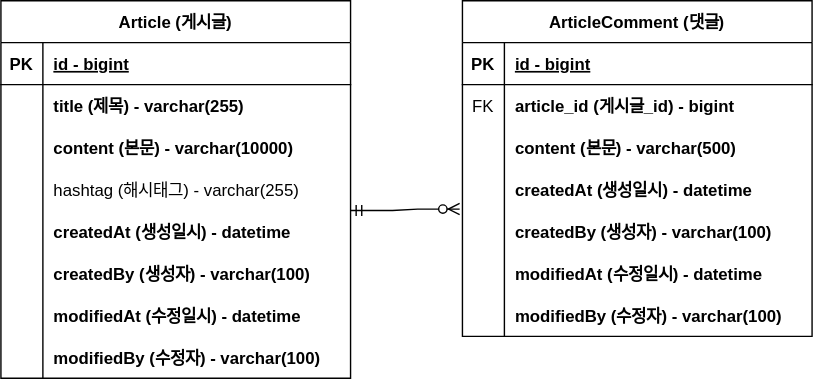
Before: document/board-service-erd.svg, a diagram exported from draw.io (yunh0/board-service). Source tidied: cells renumbered, new cells last; positions are measured from the earlier drawing's top-left corner, leaving out a move shared by most shapes.
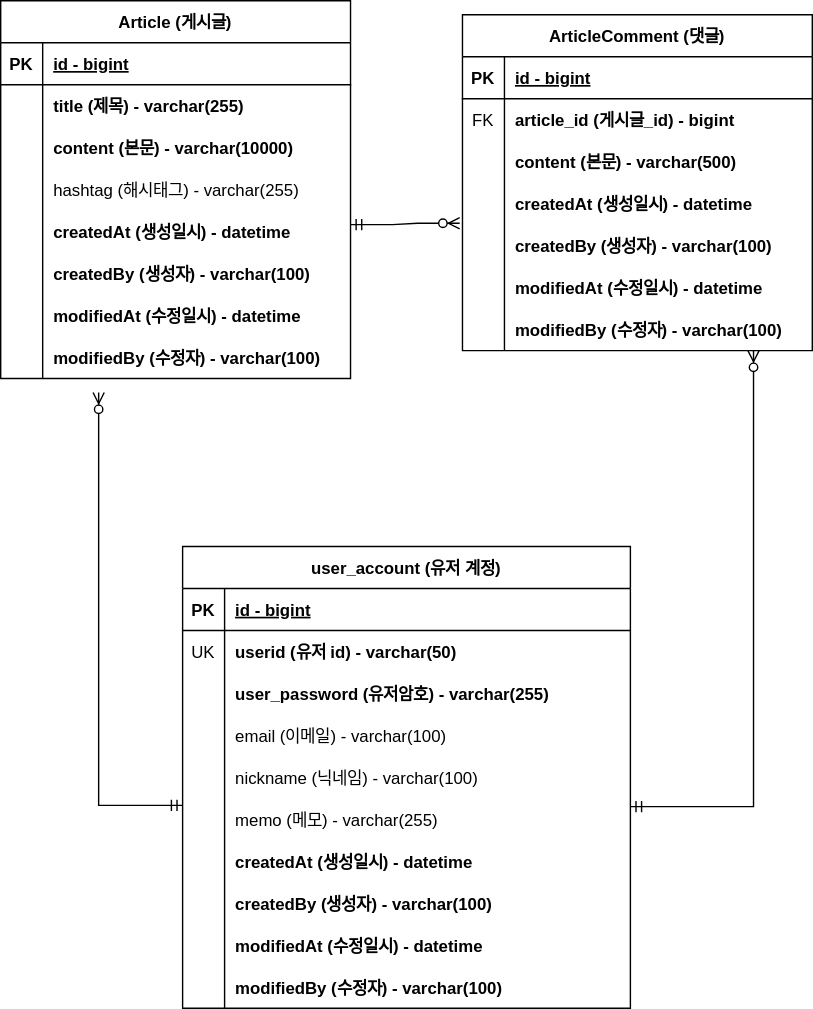
Above is the later version.

Commit message:
#15 - 회원 계정 ERD 반영

Change to the diagram source:
```diff
@@ -69,7 +69,7 @@
       <mxGeometry x="30" width="220" height="30" as="geometry" />
     </mxCell>
     <mxCell id="24" value="Article (게시글)" style="shape=table;startSize=30;rowLines=0;fontStyle=1;align=center;" parent="1" vertex="1">
-      <mxGeometry width="250" height="270" as="geometry" />
+      <mxGeometry y="-10" width="250" height="270" as="geometry" />
     </mxCell>
     <mxCell id="25" style="shape=partialRectangle;fillColor=none;top=0;left=0;right=0;bottom=1;" parent="24" vertex="1">
       <mxGeometry y="30" width="250" height="30" as="geometry" />
@@ -148,5 +148,115 @@
         <mxPoint x="250" y="150" as="sourcePoint" />
       </mxGeometry>
     </mxCell>
+    <mxCell id="50" value="user_account (유저 계정)" style="shape=table;startSize=30;rowLines=0;fontStyle=1;align=center;" parent="1" vertex="1">
+      <mxGeometry x="130" y="380" width="320" height="330" as="geometry" />
+    </mxCell>
+    <mxCell id="51" style="shape=partialRectangle;fillColor=none;top=0;left=0;right=0;bottom=1;" parent="50" vertex="1">
+      <mxGeometry y="30" width="320" height="30" as="geometry" />
+    </mxCell>
+    <mxCell id="52" value="PK" style="shape=partialRectangle;overflow=hidden;fillColor=none;top=0;left=0;bottom=0;right=0;fontStyle=1;" parent="51" vertex="1">
+      <mxGeometry width="30" height="30" as="geometry" />
+    </mxCell>
+    <mxCell id="53" value="id - bigint" style="shape=partialRectangle;overflow=hidden;fillColor=none;top=0;left=0;bottom=0;right=0;align=left;spacingLeft=6;fontStyle=5;" parent="51" vertex="1">
+      <mxGeometry x="30" width="290" height="30" as="geometry" />
+    </mxCell>
+    <mxCell id="54" style="shape=partialRectangle;fillColor=none;top=0;left=0;right=0;bottom=0;" parent="50" vertex="1">
+      <mxGeometry y="60" width="320" height="30" as="geometry" />
+    </mxCell>
+    <mxCell id="55" value="UK" style="shape=partialRectangle;overflow=hidden;fillColor=none;top=0;left=0;bottom=0;right=0;" parent="54" vertex="1">
+      <mxGeometry width="30" height="30" as="geometry" />
+    </mxCell>
+    <mxCell id="56" value="userid (유저 id) - varchar(50)" style="shape=partialRectangle;overflow=hidden;fillColor=none;top=0;left=0;bottom=0;right=0;align=left;spacingLeft=6;fontStyle=1;" parent="54" vertex="1">
+      <mxGeometry x="30" width="290" height="30" as="geometry" />
+    </mxCell>
+    <mxCell id="57" style="shape=partialRectangle;fillColor=none;top=0;left=0;right=0;bottom=0;" parent="50" vertex="1">
+      <mxGeometry y="90" width="320" height="30" as="geometry" />
+    </mxCell>
+    <mxCell id="58" style="shape=partialRectangle;overflow=hidden;fillColor=none;top=0;left=0;bottom=0;right=0;" parent="57" vertex="1">
+      <mxGeometry width="30" height="30" as="geometry" />
+    </mxCell>
+    <mxCell id="59" value="user_password (유저암호) - varchar(255)" style="shape=partialRectangle;overflow=hidden;fillColor=none;top=0;left=0;bottom=0;right=0;align=left;spacingLeft=6;fontStyle=1;" parent="57" vertex="1">
+      <mxGeometry x="30" width="290" height="30" as="geometry" />
+    </mxCell>
+    <mxCell id="60" style="shape=partialRectangle;fillColor=none;top=0;left=0;right=0;bottom=0;" parent="50" vertex="1">
+      <mxGeometry y="120" width="320" height="30" as="geometry" />
+    </mxCell>
+    <mxCell id="61" style="shape=partialRectangle;overflow=hidden;fillColor=none;top=0;left=0;bottom=0;right=0;" parent="60" vertex="1">
+      <mxGeometry width="30" height="30" as="geometry" />
+    </mxCell>
+    <mxCell id="62" value="email (이메일) - varchar(100)" style="shape=partialRectangle;overflow=hidden;fillColor=none;top=0;left=0;bottom=0;right=0;align=left;spacingLeft=6;" parent="60" vertex="1">
+      <mxGeometry x="30" width="290" height="30" as="geometry" />
+    </mxCell>
+    <mxCell id="63" style="shape=partialRectangle;fillColor=none;top=0;left=0;right=0;bottom=0;" parent="50" vertex="1">
+      <mxGeometry y="150" width="320" height="30" as="geometry" />
+    </mxCell>
+    <mxCell id="64" style="shape=partialRectangle;overflow=hidden;fillColor=none;top=0;left=0;bottom=0;right=0;" parent="63" vertex="1">
+      <mxGeometry width="30" height="30" as="geometry" />
+    </mxCell>
+    <mxCell id="65" value="nickname (닉네임) - varchar(100)" style="shape=partialRectangle;overflow=hidden;fillColor=none;top=0;left=0;bottom=0;right=0;align=left;spacingLeft=6;" parent="63" vertex="1">
+      <mxGeometry x="30" width="290" height="30" as="geometry" />
+    </mxCell>
+    <mxCell id="66" style="shape=partialRectangle;fillColor=none;top=0;left=0;right=0;bottom=0;" parent="50" vertex="1">
+      <mxGeometry y="180" width="320" height="30" as="geometry" />
+    </mxCell>
+    <mxCell id="67" style="shape=partialRectangle;overflow=hidden;fillColor=none;top=0;left=0;bottom=0;right=0;" parent="66" vertex="1">
+      <mxGeometry width="30" height="30" as="geometry" />
+    </mxCell>
+    <mxCell id="68" value="memo (메모) - varchar(255)" style="shape=partialRectangle;overflow=hidden;fillColor=none;top=0;left=0;bottom=0;right=0;align=left;spacingLeft=6;" parent="66" vertex="1">
+      <mxGeometry x="30" width="290" height="30" as="geometry" />
+    </mxCell>
+    <mxCell id="69" style="shape=partialRectangle;fillColor=none;top=0;left=0;right=0;bottom=0;" parent="50" vertex="1">
+      <mxGeometry y="210" width="320" height="30" as="geometry" />
+    </mxCell>
+    <mxCell id="70" style="shape=partialRectangle;overflow=hidden;fillColor=none;top=0;left=0;bottom=0;right=0;" parent="69" vertex="1">
+      <mxGeometry width="30" height="30" as="geometry" />
+    </mxCell>
+    <mxCell id="71" value="createdAt (생성일시) - datetime" style="shape=partialRectangle;overflow=hidden;fillColor=none;top=0;left=0;bottom=0;right=0;align=left;spacingLeft=6;fontStyle=1;" parent="69" vertex="1">
+      <mxGeometry x="30" width="290" height="30" as="geometry" />
+    </mxCell>
+    <mxCell id="72" style="shape=partialRectangle;fillColor=none;top=0;left=0;right=0;bottom=0;" parent="50" vertex="1">
+      <mxGeometry y="240" width="320" height="30" as="geometry" />
+    </mxCell>
+    <mxCell id="73" style="shape=partialRectangle;overflow=hidden;fillColor=none;top=0;left=0;bottom=0;right=0;" parent="72" vertex="1">
+      <mxGeometry width="30" height="30" as="geometry" />
+    </mxCell>
+    <mxCell id="74" value="createdBy (생성자) - varchar(100)" style="shape=partialRectangle;overflow=hidden;fillColor=none;top=0;left=0;bottom=0;right=0;align=left;spacingLeft=6;fontStyle=1;" parent="72" vertex="1">
+      <mxGeometry x="30" width="290" height="30" as="geometry" />
+    </mxCell>
+    <mxCell id="75" style="shape=partialRectangle;fillColor=none;top=0;left=0;right=0;bottom=0;" parent="50" vertex="1">
+      <mxGeometry y="270" width="320" height="30" as="geometry" />
+    </mxCell>
+    <mxCell id="76" style="shape=partialRectangle;overflow=hidden;fillColor=none;top=0;left=0;bottom=0;right=0;" parent="75" vertex="1">
+      <mxGeometry width="30" height="30" as="geometry" />
+    </mxCell>
+    <mxCell id="77" value="modifiedAt (수정일시) - datetime" style="shape=partialRectangle;overflow=hidden;fillColor=none;top=0;left=0;bottom=0;right=0;align=left;spacingLeft=6;fontStyle=1;" parent="75" vertex="1">
+      <mxGeometry x="30" width="290" height="30" as="geometry" />
+    </mxCell>
+    <mxCell id="78" style="shape=partialRectangle;fillColor=none;top=0;left=0;right=0;bottom=0;" parent="50" vertex="1">
+      <mxGeometry y="300" width="320" height="30" as="geometry" />
+    </mxCell>
+    <mxCell id="79" style="shape=partialRectangle;overflow=hidden;fillColor=none;top=0;left=0;bottom=0;right=0;" parent="78" vertex="1">
+      <mxGeometry width="30" height="30" as="geometry" />
+    </mxCell>
+    <mxCell id="80" value="modifiedBy (수정자) - varchar(100)" style="shape=partialRectangle;overflow=hidden;fillColor=none;top=0;left=0;bottom=0;right=0;align=left;spacingLeft=6;fontStyle=1;" parent="78" vertex="1">
+      <mxGeometry x="30" width="290" height="30" as="geometry" />
+    </mxCell>
+    <mxCell id="81" style="edgeStyle=orthogonalEdgeStyle;fontSize=12;html=1;endArrow=ERzeroToMany;startArrow=ERmandOne;rounded=0;exitX=1.007;exitY=0.198;exitDx=0;exitDy=0;exitPerimeter=0;" parent="1" edge="1" target="21">
+      <mxGeometry relative="1" as="geometry">
+        <mxPoint x="450" y="565.9" as="sourcePoint" />
+        <Array as="points">
+          <mxPoint x="538" y="566" />
+        </Array>
+      </mxGeometry>
+    </mxCell>
+    <mxCell id="82" style="edgeStyle=orthogonalEdgeStyle;fontSize=12;html=1;endArrow=ERzeroToMany;startArrow=ERmandOne;rounded=0;exitX=0;exitY=0.5;exitDx=0;exitDy=0;" parent="1" edge="1">
+      <mxGeometry relative="1" as="geometry">
+        <mxPoint x="130" y="565" as="sourcePoint" />
+        <mxPoint x="70" y="270" as="targetPoint" />
+        <Array as="points">
+          <mxPoint x="70" y="565" />
+        </Array>
+      </mxGeometry>
+    </mxCell>
   </root>
 </mxGraphModel>
```
